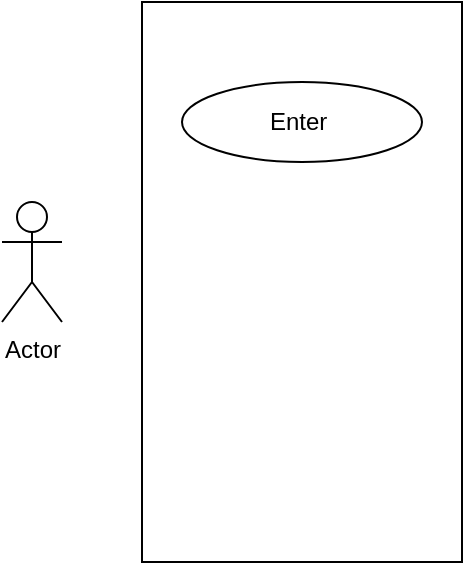
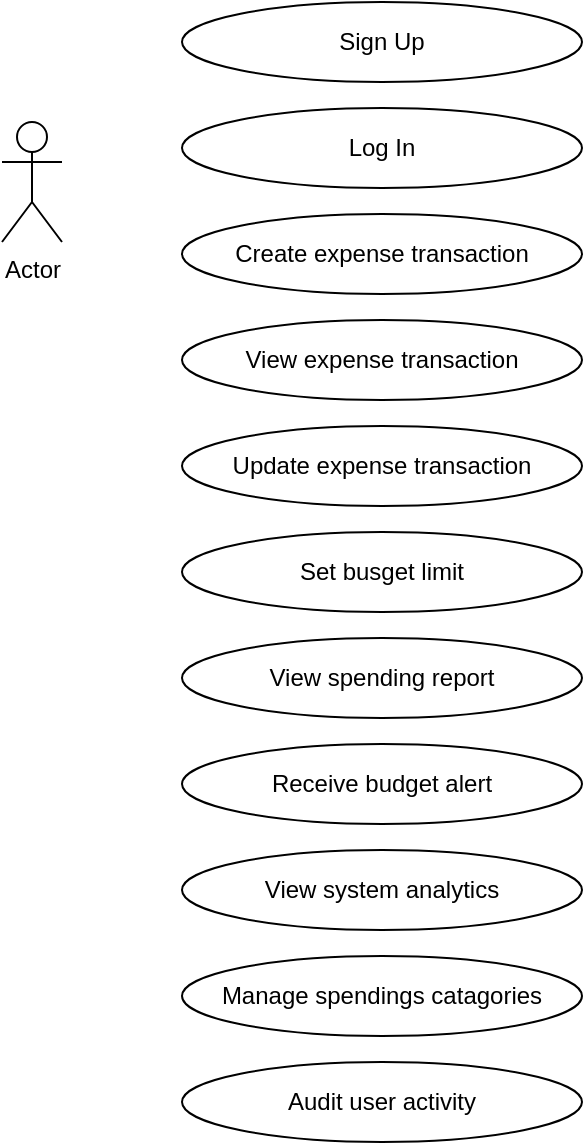
<mxfile host="app.diagrams.net" agent="Mozilla/5.0 (Windows NT 10.0; Win64; x64) AppleWebKit/537.36 (KHTML, like Gecko) Chrome/146.0.0.0 Safari/537.36 Edg/146.0.0.0" version="29.6.1">
  <diagram name="Page-1" id="8uQwppeBcwXr1y3zFnnF">
-     <mxGraphModel dx="1235" dy="686" grid="1" gridSize="10" guides="1" tooltips="1" connect="1" arrows="1" fold="1" page="1" pageScale="1" pageWidth="1169" pageHeight="827" math="0" shadow="0">
+     <mxGraphModel dx="996" dy="686" grid="1" gridSize="10" guides="1" tooltips="1" connect="1" arrows="1" fold="1" page="1" pageScale="1" pageWidth="1169" pageHeight="827" math="0" shadow="0">
      <root>
        <mxCell id="0" />
        <mxCell id="1" parent="0" />
-         <mxCell id="zbfaMZPcn386mKmVb-Fk-1" parent="1" style="rounded=0;whiteSpace=wrap;html=1;" value="" vertex="1">
-           <mxGeometry height="280" width="160" x="120" y="40" as="geometry" />
-         </mxCell>
        <mxCell id="zbfaMZPcn386mKmVb-Fk-2" parent="1" style="shape=umlActor;verticalLabelPosition=bottom;verticalAlign=top;html=1;outlineConnect=0;" value="Actor" vertex="1">
          <mxGeometry height="60" width="30" x="50" y="140" as="geometry" />
        </mxCell>
-         <mxCell id="zbfaMZPcn386mKmVb-Fk-3" parent="1" style="ellipse;whiteSpace=wrap;html=1;" value="Enter&amp;nbsp;" vertex="1">
-           <mxGeometry height="40" width="120" x="140" y="80" as="geometry" />
+         <mxCell id="zbfaMZPcn386mKmVb-Fk-3" parent="1" style="ellipse;whiteSpace=wrap;html=1;" value="Sign Up" vertex="1">
+           <mxGeometry height="40" width="200" x="140" y="80" as="geometry" />
+         </mxCell>
+         <mxCell id="zbfaMZPcn386mKmVb-Fk-4" parent="1" style="ellipse;whiteSpace=wrap;html=1;" value="Log In" vertex="1">
+           <mxGeometry height="40" width="200" x="140" y="133" as="geometry" />
+         </mxCell>
+         <mxCell id="zbfaMZPcn386mKmVb-Fk-5" parent="1" style="ellipse;whiteSpace=wrap;html=1;" value="Create expense transaction" vertex="1">
+           <mxGeometry height="40" width="200" x="140" y="186" as="geometry" />
+         </mxCell>
+         <mxCell id="zbfaMZPcn386mKmVb-Fk-6" parent="1" style="ellipse;whiteSpace=wrap;html=1;" value="View expense transaction" vertex="1">
+           <mxGeometry height="40" width="200" x="140" y="239" as="geometry" />
+         </mxCell>
+         <mxCell id="zbfaMZPcn386mKmVb-Fk-7" parent="1" style="ellipse;whiteSpace=wrap;html=1;" value="Update expense transaction" vertex="1">
+           <mxGeometry height="40" width="200" x="140" y="292" as="geometry" />
+         </mxCell>
+         <mxCell id="zbfaMZPcn386mKmVb-Fk-8" parent="1" style="ellipse;whiteSpace=wrap;html=1;" value="Set busget limit" vertex="1">
+           <mxGeometry height="40" width="200" x="140" y="345" as="geometry" />
+         </mxCell>
+         <mxCell id="zbfaMZPcn386mKmVb-Fk-9" parent="1" style="ellipse;whiteSpace=wrap;html=1;" value="View spending report" vertex="1">
+           <mxGeometry height="40" width="200" x="140" y="398" as="geometry" />
+         </mxCell>
+         <mxCell id="zbfaMZPcn386mKmVb-Fk-10" parent="1" style="ellipse;whiteSpace=wrap;html=1;" value="Receive budget alert" vertex="1">
+           <mxGeometry height="40" width="200" x="140" y="451" as="geometry" />
+         </mxCell>
+         <mxCell id="zbfaMZPcn386mKmVb-Fk-11" parent="1" style="ellipse;whiteSpace=wrap;html=1;" value="View system analytics" vertex="1">
+           <mxGeometry height="40" width="200" x="140" y="504" as="geometry" />
+         </mxCell>
+         <mxCell id="zbfaMZPcn386mKmVb-Fk-12" parent="1" style="ellipse;whiteSpace=wrap;html=1;" value="Manage spendings catagories" vertex="1">
+           <mxGeometry height="40" width="200" x="140" y="557" as="geometry" />
+         </mxCell>
+         <mxCell id="zbfaMZPcn386mKmVb-Fk-13" parent="1" style="ellipse;whiteSpace=wrap;html=1;" value="Audit user activity" vertex="1">
+           <mxGeometry height="40" width="200" x="140" y="610" as="geometry" />
        </mxCell>
      </root>
    </mxGraphModel>
  </diagram>
</mxfile>
